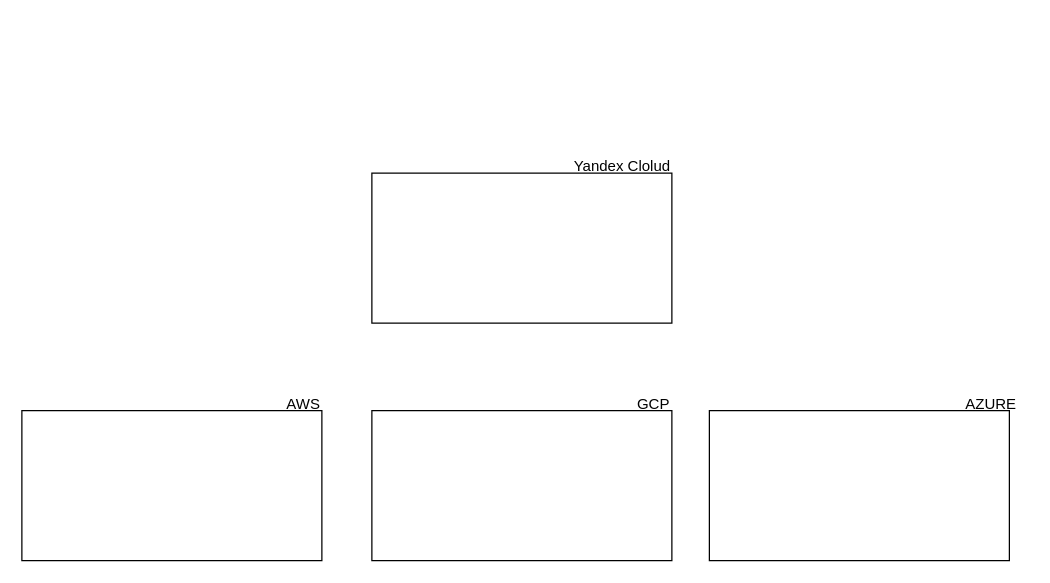
The draw.io diagram Диаграмма без названия.drawio in leonidzg/yandex_devops, before the edit. Source tidied: cells renumbered, new cells numbered last; positions are measured from the earlier drawing's top-left corner, leaving out a move shared by most shapes. Both pictures are drawn from the tidied source at 125%, with x=0, y=0 at pixel (21, 148).
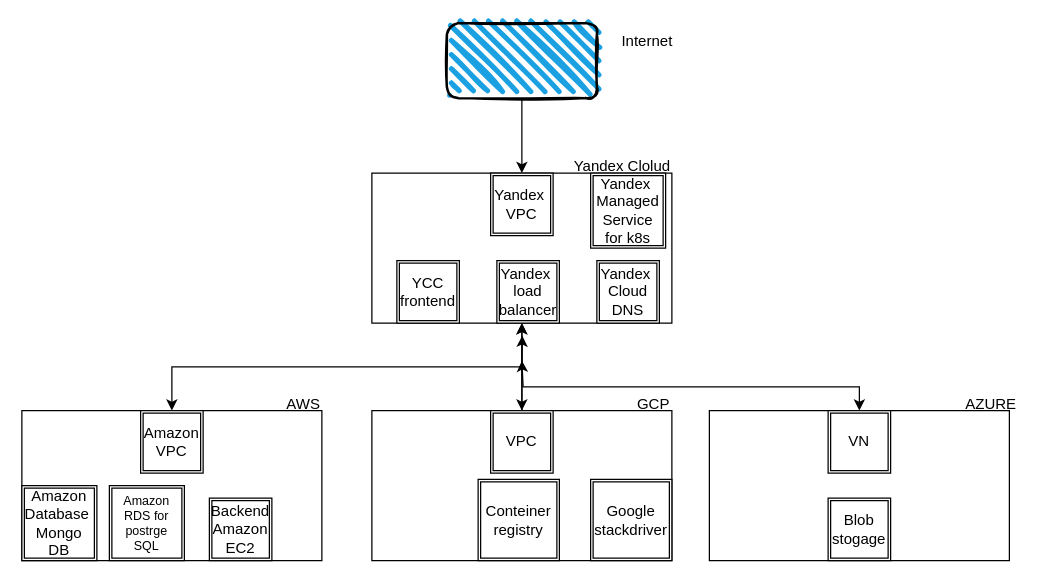
The same diagram, later.

Unchanged cells that the change refers to:
```xml
<mxCell id="2" style="rounded=0;whiteSpace=wrap;html=1;" parent="1" vertex="1">
  <mxGeometry x="280" y="20" width="240" height="120" as="geometry" />
</mxCell>
<mxCell id="4" style="rounded=0;whiteSpace=wrap;html=1;" parent="1" vertex="1">
  <mxGeometry x="280" y="210" width="240" height="120" as="geometry" />
</mxCell>
```

What changed in the source:
```diff
@@
+    <mxCell id="10" style="edgeStyle=orthogonalEdgeStyle;rounded=0;jettySize=auto;html=1;" parent="1" edge="1" source="4" target="2">
+      <mxGeometry relative="1" as="geometry" />
+    </mxCell>
@@
+    <mxCell id="11" style="edgeStyle=orthogonalEdgeStyle;rounded=0;jettySize=auto;html=1;exitX=0.5;exitY=1;exitDx=0;exitDy=0;" parent="1" edge="1" source="12" target="2">
+      <mxGeometry relative="1" as="geometry" />
+    </mxCell>
+    <mxCell id="12" style="rounded=1;whiteSpace=wrap;html=1;strokeWidth=2;fillWeight=4;hachureGap=8;hachureAngle=45;fillColor=#1ba1e2;sketch=1;" parent="1" vertex="1">
+      <mxGeometry x="340" y="-100" width="120" height="60" as="geometry" />
+    </mxCell>
+    <mxCell id="13" value="Internet" style="text;html=1;align=center;verticalAlign=middle;strokeColor=none;fillColor=none;" parent="1" vertex="1">
+      <mxGeometry x="470" y="-100" width="60" height="30" as="geometry" />
+    </mxCell>
+    <mxCell id="14" value="Yandex&amp;nbsp;&lt;div&gt;VPC&lt;/div&gt;" style="shape=ext;double=1;whiteSpace=wrap;html=1;" parent="1" vertex="1">
+      <mxGeometry x="375" y="20" width="50" height="50" as="geometry" />
+    </mxCell>
+    <mxCell id="15" style="edgeStyle=orthogonalEdgeStyle;rounded=0;jettySize=auto;html=1;exitX=0.5;exitY=0;exitDx=0;exitDy=0;entryX=0.5;entryY=1;entryDx=0;entryDy=0;curved=0;strokeColor=default;startArrow=classic;startFill=1;" parent="1" edge="1" source="16" target="2">
+      <mxGeometry relative="1" as="geometry" />
+    </mxCell>
+    <mxCell id="16" value="&lt;div&gt;Amazon&lt;/div&gt;&lt;div&gt;VPC&lt;/div&gt;" style="shape=ext;double=1;whiteSpace=wrap;html=1;" parent="1" vertex="1">
+      <mxGeometry x="95" y="210" width="50" height="50" as="geometry" />
+    </mxCell>
+    <mxCell id="17" style="edgeStyle=orthogonalEdgeStyle;rounded=0;jettySize=auto;html=1;exitX=0.5;exitY=0;exitDx=0;exitDy=0;startArrow=classic;startFill=1;" parent="1" edge="1" source="18">
+      <mxGeometry relative="1" as="geometry">
+        <mxPoint x="400.3" y="150" as="targetPoint" />
+      </mxGeometry>
+    </mxCell>
+    <mxCell id="18" value="&lt;div&gt;VPC&lt;/div&gt;" style="shape=ext;double=1;whiteSpace=wrap;html=1;" parent="1" vertex="1">
+      <mxGeometry x="375" y="210" width="50" height="50" as="geometry" />
+    </mxCell>
+    <mxCell id="19" style="edgeStyle=orthogonalEdgeStyle;rounded=0;jettySize=auto;html=1;exitX=0.5;exitY=0;exitDx=0;exitDy=0;startArrow=classic;startFill=1;" parent="1" edge="1" source="20">
+      <mxGeometry relative="1" as="geometry">
+        <mxPoint x="400" y="170" as="targetPoint" />
+        <Array as="points">
+          <mxPoint x="670" y="191" />
+          <mxPoint x="401" y="191" />
+          <mxPoint x="401" y="170" />
+        </Array>
+      </mxGeometry>
+    </mxCell>
+    <mxCell id="20" value="&lt;div&gt;VN&lt;/div&gt;" style="shape=ext;double=1;whiteSpace=wrap;html=1;" parent="1" vertex="1">
+      <mxGeometry x="645" y="210" width="50" height="50" as="geometry" />
+    </mxCell>
+    <mxCell id="21" value="&lt;div&gt;Amazon&lt;/div&gt;&lt;div&gt;Database&amp;nbsp;&lt;/div&gt;&lt;div&gt;Mongo DB&lt;/div&gt;" style="shape=ext;double=1;whiteSpace=wrap;html=1;" parent="1" vertex="1">
+      <mxGeometry y="270" width="60" height="60" as="geometry" />
+    </mxCell>
+    <mxCell id="22" value="&lt;div style=&quot;font-size: 10px;&quot;&gt;&lt;font style=&quot;font-size: 10px;&quot;&gt;Amazon&lt;/font&gt;&lt;/div&gt;&lt;div style=&quot;font-size: 10px;&quot;&gt;&lt;font style=&quot;font-size: 10px;&quot;&gt;RDS for postrge SQL&lt;/font&gt;&lt;/div&gt;" style="shape=ext;double=1;whiteSpace=wrap;html=1;" parent="1" vertex="1">
+      <mxGeometry x="70" y="270" width="60" height="60" as="geometry" />
+    </mxCell>
+    <mxCell id="23" value="&lt;div&gt;Backend&lt;/div&gt;&lt;div&gt;Amazon EC2&lt;/div&gt;" style="shape=ext;double=1;whiteSpace=wrap;html=1;" parent="1" vertex="1">
+      <mxGeometry x="150" y="280" width="50" height="50" as="geometry" />
+    </mxCell>
+    <mxCell id="24" value="&lt;div&gt;Blob stogage&lt;/div&gt;" style="shape=ext;double=1;whiteSpace=wrap;html=1;" parent="1" vertex="1">
+      <mxGeometry x="645" y="280" width="50" height="50" as="geometry" />
+    </mxCell>
+    <mxCell id="25" value="Google stackdriver" style="shape=ext;double=1;whiteSpace=wrap;html=1;" parent="1" vertex="1">
+      <mxGeometry x="455" y="265" width="65" height="65" as="geometry" />
+    </mxCell>
+    <mxCell id="26" value="Yandex&amp;nbsp;&lt;div&gt;Cloud DNS&lt;/div&gt;" style="shape=ext;double=1;whiteSpace=wrap;html=1;" parent="1" vertex="1">
+      <mxGeometry x="460" y="90" width="50" height="50" as="geometry" />
+    </mxCell>
+    <mxCell id="27" value="Yandex&amp;nbsp;&lt;div&gt;load balancer&lt;/div&gt;" style="shape=ext;double=1;whiteSpace=wrap;html=1;" parent="1" vertex="1">
+      <mxGeometry x="380" y="90" width="50" height="50" as="geometry" />
+    </mxCell>
+    <mxCell id="28" value="YCC&lt;div&gt;frontend&lt;/div&gt;" style="shape=ext;double=1;whiteSpace=wrap;html=1;" parent="1" vertex="1">
+      <mxGeometry x="300" y="90" width="50" height="50" as="geometry" />
+    </mxCell>
+    <mxCell id="29" value="Conteiner registry" style="shape=ext;double=1;whiteSpace=wrap;html=1;" parent="1" vertex="1">
+      <mxGeometry x="365" y="265" width="65" height="65" as="geometry" />
+    </mxCell>
+    <mxCell id="30" value="Yandex&amp;nbsp;&lt;div&gt;Managed Service for k8s&lt;/div&gt;" style="shape=ext;double=1;whiteSpace=wrap;html=1;" parent="1" vertex="1">
+      <mxGeometry x="455" y="20" width="60" height="60" as="geometry" />
+    </mxCell>
```
